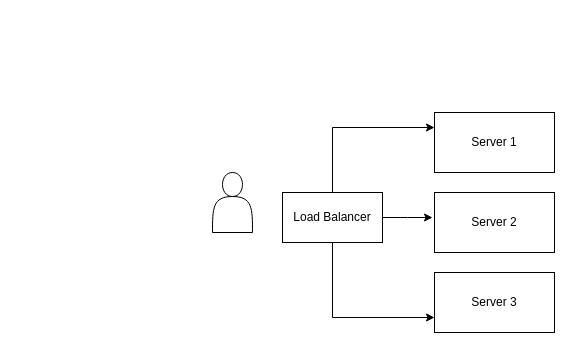
Earlier version of the draw.io diagram TinyUrl.drawio (tarjaneed/system-design). Source tidied: cells renumbered, new cells numbered last; positions are measured from the earlier drawing's top-left corner, leaving out a move shared by most shapes. Both pictures are drawn from the tidied source at 100%, with x=0, y=0 at pixel (212, 112).
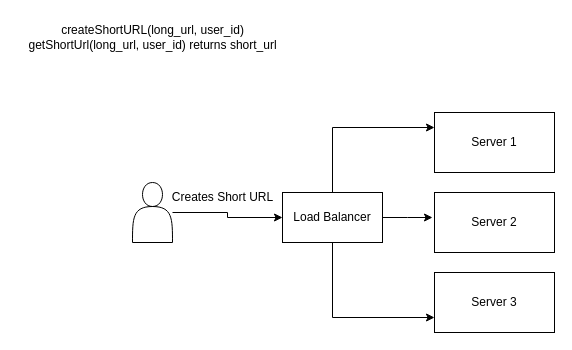
The same page after the edit.

The edit, as a diff of the source:
```diff
@@
 <mxGraphModel>
   <root>
     <mxCell id="0" />
     <mxCell id="1" parent="0" />
+    <mxCell id="10" style="edgeStyle=orthogonalEdgeStyle;rounded=0;jettySize=auto;html=1;" parent="1" edge="1" source="2" target="9">
+      <mxGeometry relative="1" as="geometry" />
+    </mxCell>
     <mxCell id="2" style="shape=actor;whiteSpace=wrap;html=1;" parent="1" vertex="1">
-      <mxGeometry y="60" width="40" height="60" as="geometry" />
+      <mxGeometry x="-80" y="70" width="40" height="60" as="geometry" />
     </mxCell>
     <mxCell id="3" value="Server 1" style="rounded=0;whiteSpace=wrap;html=1;" parent="1" vertex="1">
       <mxGeometry x="222" width="120" height="60" as="geometry" />
     </mxCell>
     <mxCell id="4" value="Server 2" style="rounded=0;whiteSpace=wrap;html=1;" parent="1" vertex="1">
       <mxGeometry x="222" y="80" width="120" height="60" as="geometry" />
     </mxCell>
     <mxCell id="5" value="Server 3" style="rounded=0;whiteSpace=wrap;html=1;" parent="1" vertex="1">
       <mxGeometry x="222" y="160" width="120" height="60" as="geometry" />
     </mxCell>
     <mxCell id="6" style="edgeStyle=orthogonalEdgeStyle;rounded=0;jettySize=auto;html=1;exitX=0.5;exitY=0;exitDx=0;exitDy=0;entryX=0;entryY=0.25;entryDx=0;entryDy=0;" parent="1" edge="1" source="9" target="3">
       <mxGeometry relative="1" as="geometry" />
     </mxCell>
     <mxCell id="7" style="edgeStyle=orthogonalEdgeStyle;rounded=0;jettySize=auto;html=1;exitX=0.5;exitY=1;exitDx=0;exitDy=0;entryX=0;entryY=0.75;entryDx=0;entryDy=0;" parent="1" edge="1" source="9" target="5">
       <mxGeometry relative="1" as="geometry" />
     </mxCell>
     <mxCell id="8" style="edgeStyle=orthogonalEdgeStyle;rounded=0;jettySize=auto;html=1;exitX=1;exitY=0.5;exitDx=0;exitDy=0;" parent="1" edge="1" source="9">
       <mxGeometry relative="1" as="geometry">
         <mxPoint x="220" y="105" as="targetPoint" />
       </mxGeometry>
     </mxCell>
     <mxCell id="9" value="Load Balancer" style="rounded=0;whiteSpace=wrap;html=1;" parent="1" vertex="1">
       <mxGeometry x="70" y="80" width="100" height="50" as="geometry" />
     </mxCell>
+    <mxCell id="11" value="Creates Short URL" style="text;html=1;align=center;verticalAlign=middle;strokeColor=none;fillColor=none;" parent="1" vertex="1">
+      <mxGeometry x="-50" y="70" width="120" height="30" as="geometry" />
+    </mxCell>
+    <mxCell id="12" value="createShortURL(long_url, user_id)&lt;div&gt;getShortUrl(long_url, user_id) returns short_url&lt;/div&gt;" style="text;html=1;align=center;verticalAlign=middle;strokeColor=none;fillColor=none;" parent="1" vertex="1">
+      <mxGeometry x="-195" y="-95" width="270" height="40" as="geometry" />
+    </mxCell>
   </root>
 </mxGraphModel>
```
